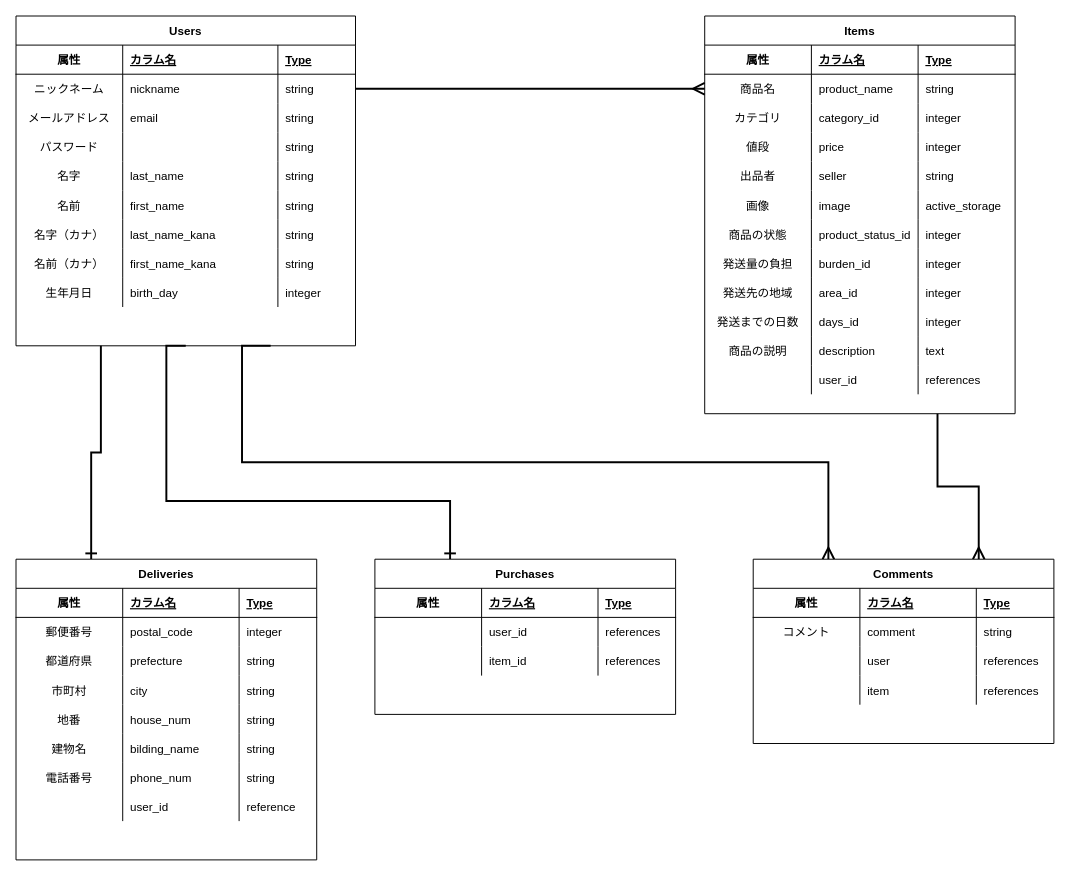
Earlier version of the draw.io diagram furima.dio (arata-t/furima-33347). Source tidied: cells renumbered, new cells numbered last; positions are measured from the earlier drawing's top-left corner, leaving out a move shared by most shapes. Both pictures are drawn from the tidied source at 97%, with x=0, y=0 at pixel (16, 16).
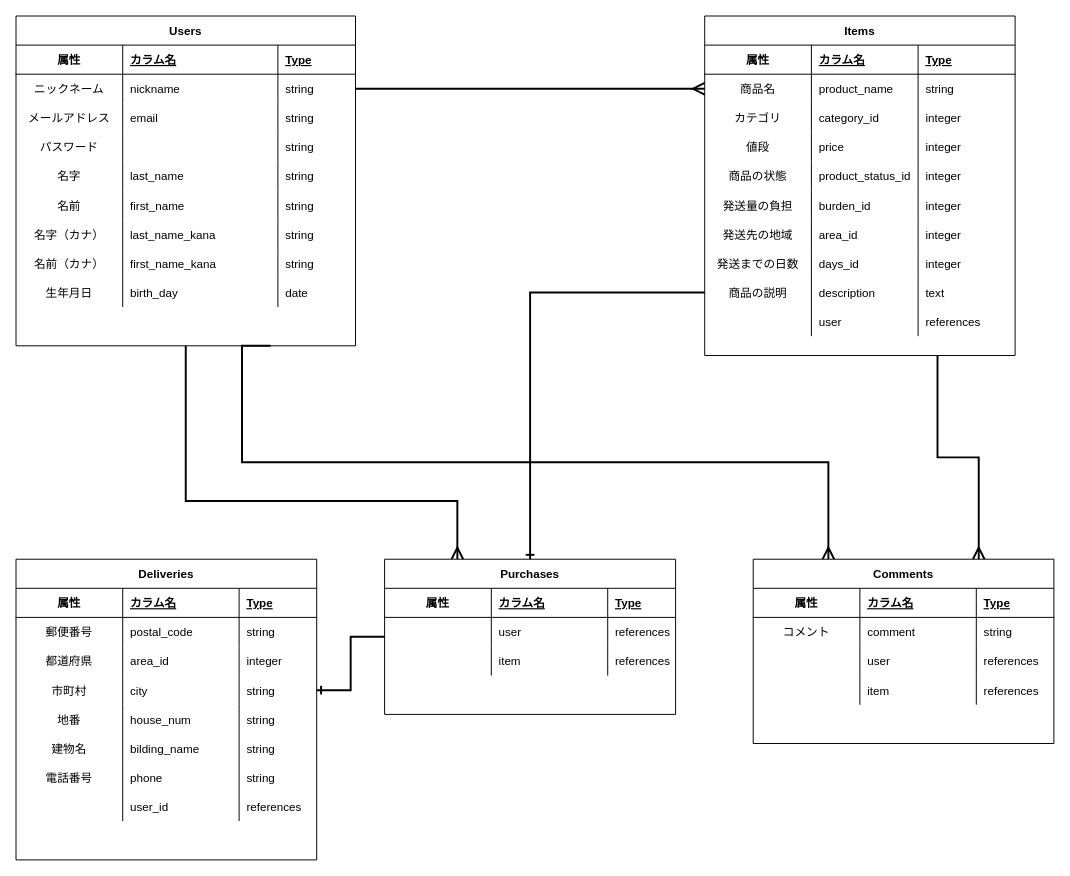
The same page after the edit.

Commit message (it also covers changes not shown here):
テーブル設計修正4

Unchanged cells that the change refers to:
```xml
<mxCell id="5" value="Users" style="shape=table;startSize=30;childLayout=tableLayout;rowLines=0;fontStyle=1;align=center;" parent="1" vertex="1">
  <mxGeometry width="350" height="340" as="geometry" />
</mxCell>
<mxCell id="38" style="shape=partialRectangle;fillColor=none;top=0;left=0;bottom=0;right=0;" parent="5" vertex="1">
  <mxGeometry y="270" width="350" height="30" as="geometry" />
</mxCell>
<mxCell id="92" value="Deliveries" style="shape=table;startSize=30;childLayout=tableLayout;rowLines=0;fontStyle=1;align=center;" parent="1" vertex="1">
  <mxGeometry y="560" width="310" height="310" as="geometry" />
</mxCell>
<mxCell id="97" style="shape=partialRectangle;fillColor=none;top=0;left=0;bottom=0;right=0;" parent="92" vertex="1">
  <mxGeometry y="60" width="310" height="30" as="geometry" />
</mxCell>
<mxCell id="101" style="shape=partialRectangle;fillColor=none;top=0;left=0;bottom=0;right=0;" parent="92" vertex="1">
  <mxGeometry y="90" width="310" height="30" as="geometry" />
</mxCell>
<mxCell id="105" style="shape=partialRectangle;fillColor=none;top=0;left=0;bottom=0;right=0;points=[[0,0.5],[1,0.5]];portConstraint=eastwest;" parent="92" vertex="1">
  <mxGeometry y="120" width="310" height="30" as="geometry" />
</mxCell>
<mxCell id="117" style="shape=partialRectangle;fillColor=none;top=0;left=0;bottom=0;right=0;" parent="92" vertex="1">
  <mxGeometry y="210" width="310" height="30" as="geometry" />
</mxCell>
<mxCell id="121" style="shape=partialRectangle;fillColor=none;top=0;left=0;bottom=0;right=0;" parent="92" vertex="1">
  <mxGeometry y="240" width="310" height="30" as="geometry" />
</mxCell>
```

Diff of the diagram source:
```diff
@@
-    <mxCell id="2" style="edgeStyle=orthogonalEdgeStyle;rounded=0;jettySize=auto;html=1;exitX=0.25;exitY=1;exitDx=0;exitDy=0;entryX=0.25;entryY=0;entryDx=0;entryDy=0;endArrow=ERone;endFill=0;strokeWidth=2;jumpSize=5;endSize=9;" parent="1" edge="1" source="5" target="92">
-      <mxGeometry relative="1" as="geometry" />
-    </mxCell>
-    <mxCell id="3" style="edgeStyle=orthogonalEdgeStyle;rounded=0;jumpSize=5;jettySize=auto;html=1;exitX=0.5;exitY=1;exitDx=0;exitDy=0;entryX=0.25;entryY=0;entryDx=0;entryDy=0;endArrow=ERone;endFill=0;endSize=9;strokeWidth=2;" parent="1" edge="1" source="5" target="125">
+    <mxCell id="3" style="edgeStyle=orthogonalEdgeStyle;rounded=0;jumpSize=5;jettySize=auto;html=1;exitX=0.5;exitY=1;exitDx=0;exitDy=0;entryX=0.25;entryY=0;entryDx=0;entryDy=0;endArrow=ERmany;endFill=0;endSize=9;strokeWidth=2;" parent="1" edge="1" source="5" target="125">
       <mxGeometry relative="1" as="geometry">
         <Array as="points">
-          <mxPoint x="155" y="500" />
-          <mxPoint x="448" y="500" />
+          <mxPoint x="175" y="500" />
+          <mxPoint x="455" y="500" />
         </Array>
       </mxGeometry>
     </mxCell>
@@
-    <mxCell id="41" value="integer" style="shape=partialRectangle;fillColor=none;top=0;left=0;bottom=0;right=0;align=left;spacingLeft=6;overflow=hidden;" parent="38" vertex="1">
+    <mxCell id="41" value="date" style="shape=partialRectangle;fillColor=none;top=0;left=0;bottom=0;right=0;align=left;spacingLeft=6;overflow=hidden;" parent="38" vertex="1">
       <mxGeometry x="270" width="80" height="30" as="geometry" />
     </mxCell>
@@
     <mxCell id="43" value="Items" style="shape=table;startSize=30;childLayout=tableLayout;rowLines=0;fontStyle=1;align=center;" parent="1" vertex="1">
-      <mxGeometry x="710" width="320" height="410" as="geometry" />
+      <mxGeometry x="710" width="320" height="350" as="geometry" />
     </mxCell>
@@
-    <mxCell id="60" style="shape=partialRectangle;fillColor=none;top=0;left=0;bottom=0;right=0;" parent="43" vertex="1">
-      <mxGeometry y="150" width="320" height="30" as="geometry" />
-    </mxCell>
-    <mxCell id="61" value="出品者" style="shape=partialRectangle;fillColor=none;top=0;left=0;bottom=0;right=0;overflow=hidden;align=center;verticalAlign=middle;" parent="60" vertex="1">
-      <mxGeometry width="110" height="30" as="geometry" />
-    </mxCell>
-    <mxCell id="62" value="seller" style="shape=partialRectangle;fillColor=none;top=0;left=0;bottom=0;right=0;align=left;spacingLeft=6;overflow=hidden;" parent="60" vertex="1">
-      <mxGeometry x="110" width="110" height="30" as="geometry" />
-    </mxCell>
-    <mxCell id="63" value="string" style="shape=partialRectangle;fillColor=none;top=0;left=0;bottom=0;right=0;align=left;spacingLeft=6;overflow=hidden;" parent="60" vertex="1">
-      <mxGeometry x="220" width="100" height="30" as="geometry" />
-    </mxCell>
-    <mxCell id="64" style="shape=partialRectangle;fillColor=none;top=0;left=0;bottom=0;right=0;" parent="43" vertex="1">
-      <mxGeometry y="180" width="320" height="30" as="geometry" />
-    </mxCell>
-    <mxCell id="65" value="画像" style="shape=partialRectangle;fillColor=none;top=0;left=0;bottom=0;right=0;overflow=hidden;align=center;verticalAlign=middle;" parent="64" vertex="1">
-      <mxGeometry width="110" height="30" as="geometry" />
-    </mxCell>
-    <mxCell id="66" value="image" style="shape=partialRectangle;fillColor=none;top=0;left=0;bottom=0;right=0;align=left;spacingLeft=6;overflow=hidden;" parent="64" vertex="1">
-      <mxGeometry x="110" width="110" height="30" as="geometry" />
-    </mxCell>
-    <mxCell id="67" value="active_storage" style="shape=partialRectangle;fillColor=none;top=0;left=0;bottom=0;right=0;align=left;spacingLeft=6;overflow=hidden;" parent="64" vertex="1">
-      <mxGeometry x="220" width="100" height="30" as="geometry" />
-    </mxCell>
     <mxCell id="68" style="shape=partialRectangle;fillColor=none;top=0;left=0;bottom=0;right=0;" parent="43" vertex="1">
-      <mxGeometry y="210" width="320" height="30" as="geometry" />
+      <mxGeometry y="150" width="320" height="30" as="geometry" />
     </mxCell>
@@
     <mxCell id="72" style="shape=partialRectangle;fillColor=none;top=0;left=0;bottom=0;right=0;" parent="43" vertex="1">
-      <mxGeometry y="240" width="320" height="30" as="geometry" />
+      <mxGeometry y="180" width="320" height="30" as="geometry" />
     </mxCell>
@@
     <mxCell id="76" style="shape=partialRectangle;fillColor=none;top=0;left=0;bottom=0;right=0;" parent="43" vertex="1">
-      <mxGeometry y="270" width="320" height="30" as="geometry" />
+      <mxGeometry y="210" width="320" height="30" as="geometry" />
     </mxCell>
@@
     <mxCell id="80" style="shape=partialRectangle;fillColor=none;top=0;left=0;bottom=0;right=0;" parent="43" vertex="1">
-      <mxGeometry y="300" width="320" height="30" as="geometry" />
+      <mxGeometry y="240" width="320" height="30" as="geometry" />
     </mxCell>
@@
     <mxCell id="84" style="shape=partialRectangle;fillColor=none;top=0;left=0;bottom=0;right=0;points=[[0,0.5],[1,0.5]];portConstraint=eastwest;" parent="43" vertex="1">
-      <mxGeometry y="330" width="320" height="30" as="geometry" />
+      <mxGeometry y="270" width="320" height="30" as="geometry" />
     </mxCell>
@@
     <mxCell id="88" style="shape=partialRectangle;fillColor=none;top=0;left=0;bottom=0;right=0;" parent="43" vertex="1">
-      <mxGeometry y="360" width="320" height="30" as="geometry" />
+      <mxGeometry y="300" width="320" height="30" as="geometry" />
     </mxCell>
@@
-    <mxCell id="90" value="user_id" style="shape=partialRectangle;fillColor=none;top=0;left=0;bottom=0;right=0;align=left;spacingLeft=6;overflow=hidden;" parent="88" vertex="1">
+    <mxCell id="90" value="user" style="shape=partialRectangle;fillColor=none;top=0;left=0;bottom=0;right=0;align=left;spacingLeft=6;overflow=hidden;" parent="88" vertex="1">
       <mxGeometry x="110" width="110" height="30" as="geometry" />
     </mxCell>
@@
-    <mxCell id="100" value="integer" style="shape=partialRectangle;fillColor=none;top=0;left=0;bottom=0;right=0;align=left;spacingLeft=6;overflow=hidden;" parent="97" vertex="1">
+    <mxCell id="100" value="string" style="shape=partialRectangle;fillColor=none;top=0;left=0;bottom=0;right=0;align=left;spacingLeft=6;overflow=hidden;" parent="97" vertex="1">
       <mxGeometry x="230" width="80" height="30" as="geometry" />
     </mxCell>
@@
-    <mxCell id="103" value="prefecture" style="shape=partialRectangle;fillColor=none;top=0;left=0;bottom=0;right=0;align=left;spacingLeft=6;overflow=hidden;" parent="101" vertex="1">
+    <mxCell id="103" value="area_id" style="shape=partialRectangle;fillColor=none;top=0;left=0;bottom=0;right=0;align=left;spacingLeft=6;overflow=hidden;" parent="101" vertex="1">
       <mxGeometry x="110" width="120" height="30" as="geometry" />
     </mxCell>
-    <mxCell id="104" value="string" style="shape=partialRectangle;fillColor=none;top=0;left=0;bottom=0;right=0;align=left;spacingLeft=6;overflow=hidden;" parent="101" vertex="1">
+    <mxCell id="104" value="integer" style="shape=partialRectangle;fillColor=none;top=0;left=0;bottom=0;right=0;align=left;spacingLeft=6;overflow=hidden;" parent="101" vertex="1">
       <mxGeometry x="230" width="80" height="30" as="geometry" />
     </mxCell>
@@
-    <mxCell id="119" value="phone_num" style="shape=partialRectangle;fillColor=none;top=0;left=0;bottom=0;right=0;align=left;spacingLeft=6;overflow=hidden;" parent="117" vertex="1">
+    <mxCell id="119" value="phone" style="shape=partialRectangle;fillColor=none;top=0;left=0;bottom=0;right=0;align=left;spacingLeft=6;overflow=hidden;" parent="117" vertex="1">
       <mxGeometry x="110" width="120" height="30" as="geometry" />
     </mxCell>
@@
-    <mxCell id="124" value="reference" style="shape=partialRectangle;fillColor=none;top=0;left=0;bottom=0;right=0;align=left;spacingLeft=6;overflow=hidden;" parent="121" vertex="1">
+    <mxCell id="124" value="references" style="shape=partialRectangle;fillColor=none;top=0;left=0;bottom=0;right=0;align=left;spacingLeft=6;overflow=hidden;" parent="121" vertex="1">
       <mxGeometry x="230" width="80" height="30" as="geometry" />
     </mxCell>
+    <mxCell id="156" style="edgeStyle=orthogonalEdgeStyle;rounded=0;jettySize=auto;html=1;entryX=1;entryY=0.5;entryDx=0;entryDy=0;endArrow=ERone;endFill=0;strokeWidth=2;fontColor=#FFFFFF;" parent="1" edge="1" source="125" target="105">
+      <mxGeometry relative="1" as="geometry" />
+    </mxCell>
     <mxCell id="125" value="Purchases" style="shape=table;startSize=30;childLayout=tableLayout;rowLines=0;fontStyle=1;align=center;" parent="1" vertex="1">
-      <mxGeometry x="370" y="560" width="310" height="160" as="geometry" />
+      <mxGeometry x="380" y="560" width="300" height="160" as="geometry" />
     </mxCell>
     <mxCell id="126" style="shape=partialRectangle;fillColor=none;top=0;left=0;bottom=1;right=0;" parent="125" vertex="1">
-      <mxGeometry y="30" width="310" height="30" as="geometry" />
+      <mxGeometry y="30" width="300" height="30" as="geometry" />
     </mxCell>
@@
     <mxCell id="129" value="Type" style="shape=partialRectangle;fillColor=none;top=0;left=0;bottom=0;right=0;align=left;spacingLeft=6;fontStyle=5;overflow=hidden;" parent="126" vertex="1">
-      <mxGeometry x="230" width="80" height="30" as="geometry" />
+      <mxGeometry x="230" width="70" height="30" as="geometry" />
     </mxCell>
     <mxCell id="130" style="shape=partialRectangle;fillColor=none;top=0;left=0;bottom=0;right=0;" parent="125" vertex="1">
-      <mxGeometry y="60" width="310" height="30" as="geometry" />
+      <mxGeometry y="60" width="300" height="30" as="geometry" />
     </mxCell>
@@
-    <mxCell id="132" value="user_id" style="shape=partialRectangle;fillColor=none;top=0;left=0;bottom=0;right=0;align=left;spacingLeft=6;overflow=hidden;" parent="130" vertex="1">
+    <mxCell id="132" value="user" style="shape=partialRectangle;fillColor=none;top=0;left=0;bottom=0;right=0;align=left;spacingLeft=6;overflow=hidden;" parent="130" vertex="1">
       <mxGeometry x="110" width="120" height="30" as="geometry" />
     </mxCell>
     <mxCell id="133" value="references" style="shape=partialRectangle;fillColor=none;top=0;left=0;bottom=0;right=0;align=left;spacingLeft=6;overflow=hidden;" parent="130" vertex="1">
-      <mxGeometry x="230" width="80" height="30" as="geometry" />
+      <mxGeometry x="230" width="70" height="30" as="geometry" />
     </mxCell>
     <mxCell id="134" style="shape=partialRectangle;fillColor=none;top=0;left=0;bottom=0;right=0;" parent="125" vertex="1">
-      <mxGeometry y="90" width="310" height="30" as="geometry" />
+      <mxGeometry y="90" width="300" height="30" as="geometry" />
     </mxCell>
@@
-    <mxCell id="136" value="item_id" style="shape=partialRectangle;fillColor=none;top=0;left=0;bottom=0;right=0;align=left;spacingLeft=6;overflow=hidden;" parent="134" vertex="1">
+    <mxCell id="136" value="item" style="shape=partialRectangle;fillColor=none;top=0;left=0;bottom=0;right=0;align=left;spacingLeft=6;overflow=hidden;" parent="134" vertex="1">
       <mxGeometry x="110" width="120" height="30" as="geometry" />
     </mxCell>
     <mxCell id="137" value="references" style="shape=partialRectangle;fillColor=none;top=0;left=0;bottom=0;right=0;align=left;spacingLeft=6;overflow=hidden;" parent="134" vertex="1">
-      <mxGeometry x="230" width="80" height="30" as="geometry" />
+      <mxGeometry x="230" width="70" height="30" as="geometry" />
     </mxCell>
@@
+    <mxCell id="157" style="edgeStyle=orthogonalEdgeStyle;rounded=0;jettySize=auto;html=1;endArrow=ERone;endFill=0;fontColor=#FFFFFF;entryX=0.5;entryY=0;entryDx=0;entryDy=0;strokeWidth=2;" parent="1" edge="1" source="84" target="125">
+      <mxGeometry relative="1" as="geometry" />
+    </mxCell>
```
